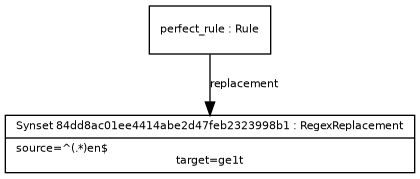
The Graphviz diagram examples/example_9.png in ontolex/morph, before a commit. Its source is kept beside it as examples/example_9.dot.
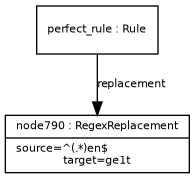
After the change.

Change to the diagram source:
```diff
@@ -13,7 +13,7 @@
       fontsize = 8
     ]
 
-Synset84dd8ac01ee4414abe2d47feb2323998b1 [ label="{Synset 84dd8ac01ee4414abe2d47feb2323998b1 : RegexReplacement|source=^(.*)en$\ltarget=ge\1t}" ]
-perfect_rule -> Synset84dd8ac01ee4414abe2d47feb2323998b1 [ label="replacement" ]
+node790 [ label="{node790 : RegexReplacement|source=^(.*)en$\ltarget=ge\1t}" ]
+perfect_rule -> node790 [ label="replacement" ]
 perfect_rule [ label="{perfect_rule : Rule}" ]
 }
```
